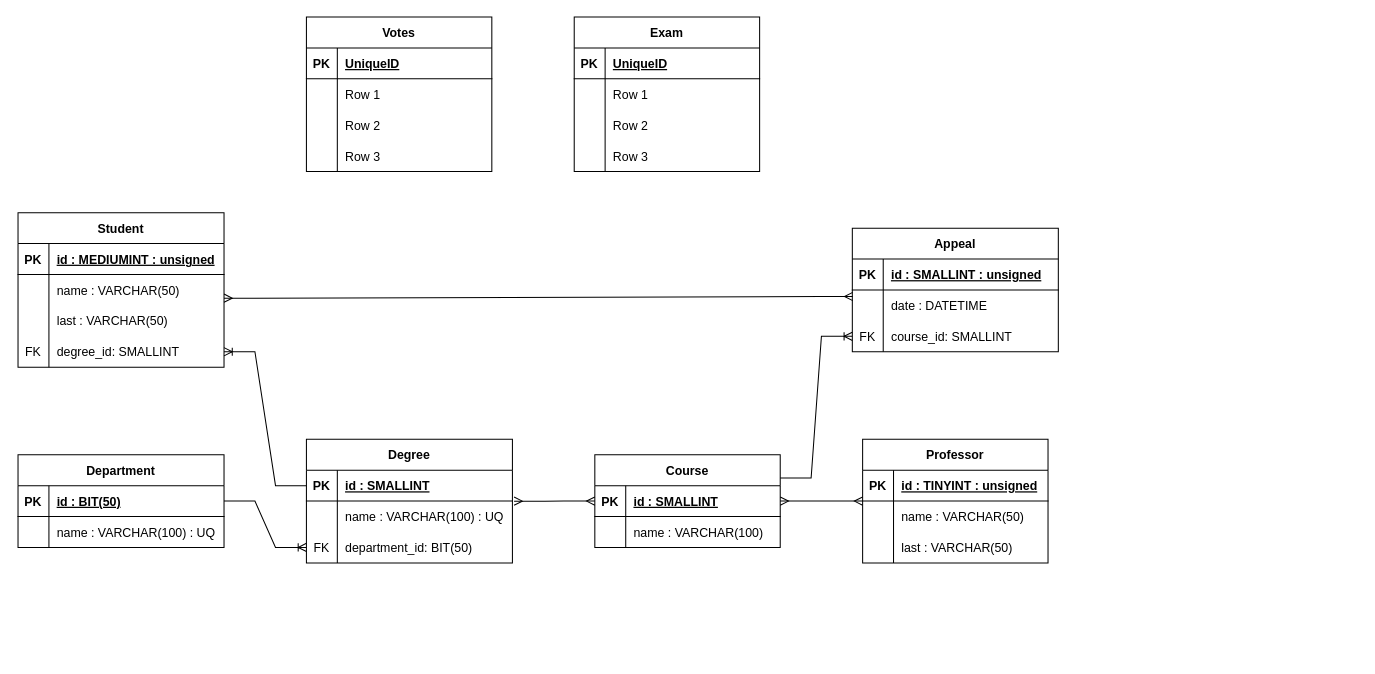
This is Untitled Diagram.drawio from FrancescoLimpias/db-university, a draw.io file, before an edit. Source tidied: cells renumbered, new cells numbered last; positions are measured from the earlier drawing's top-left corner, leaving out a move shared by most shapes. Both pictures are drawn from the tidied source at 103%, with x=0, y=0 at pixel (18, 16).
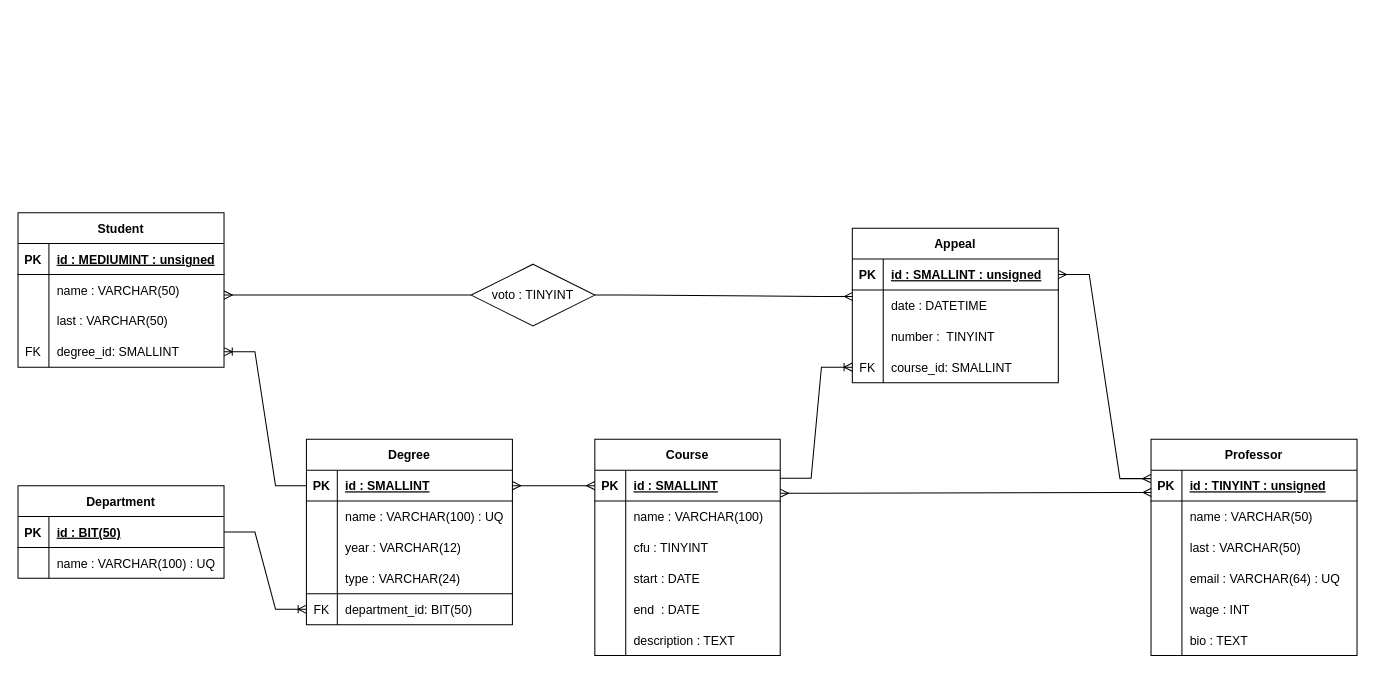
After the change.

The change refers to these unchanged cells:
```xml
<mxCell id="10" style="shape=tableRow;horizontal=0;startSize=0;swimlaneHead=0;swimlaneBody=0;fillColor=none;points=[[0,0.5],[1,0.5]];portConstraint=eastwest;top=0;left=0;right=0;bottom=1;" parent="9" vertex="1">
  <mxGeometry y="30" width="200" height="30" as="geometry" />
</mxCell>
<mxCell id="13" style="shape=tableRow;horizontal=0;startSize=0;swimlaneHead=0;swimlaneBody=0;fillColor=none;points=[[0,0.5],[1,0.5]];portConstraint=eastwest;top=0;left=0;right=0;bottom=0;swimlaneLine=1;strokeColor=default;perimeterSpacing=1;" parent="9" vertex="1">
  <mxGeometry y="60" width="200" height="30" as="geometry" />
</mxCell>
<mxCell id="20" style="shape=tableRow;horizontal=0;startSize=0;swimlaneHead=0;swimlaneBody=0;fillColor=none;points=[[0,0.5],[1,0.5]];portConstraint=eastwest;top=0;left=0;right=0;bottom=1;" parent="19" vertex="1">
  <mxGeometry y="30" width="180" height="30" as="geometry" />
</mxCell>
<mxCell id="40" style="shape=tableRow;horizontal=0;startSize=0;swimlaneHead=0;swimlaneBody=0;fillColor=none;points=[[0,0.5],[1,0.5]];portConstraint=eastwest;top=0;left=0;right=0;bottom=0;" parent="36" vertex="1">
  <mxGeometry y="60" width="200" height="30" as="geometry" />
</mxCell>
<mxCell id="63" style="shape=tableRow;horizontal=0;startSize=0;swimlaneHead=0;swimlaneBody=0;fillColor=none;points=[[0,0.5],[1,0.5]];portConstraint=eastwest;top=0;left=0;right=0;bottom=1;" parent="62" vertex="1">
  <mxGeometry y="30" width="200" height="30" as="geometry" />
</mxCell>
<mxCell id="66" style="shape=tableRow;horizontal=0;startSize=0;swimlaneHead=0;swimlaneBody=0;fillColor=none;points=[[0,0.5],[1,0.5]];portConstraint=eastwest;top=0;left=0;right=0;bottom=0;" parent="62" vertex="1">
  <mxGeometry y="60" width="200" height="30" as="geometry" />
</mxCell>
```

Change to the diagram source:
```diff
@@
     <mxCell id="2" value="Department" style="shape=table;startSize=30;childLayout=tableLayout;rowLines=0;fontStyle=1;align=center;" parent="1" vertex="1">
-      <mxGeometry y="425" width="200" height="90" as="geometry" />
+      <mxGeometry y="455" width="200" height="90" as="geometry" />
     </mxCell>
@@
     <mxCell id="9" value="Degree" style="shape=table;startSize=30;childLayout=tableLayout;rowLines=0;fontStyle=1;align=center;" parent="1" vertex="1">
-      <mxGeometry x="280" y="410" width="200" height="120" as="geometry" />
+      <mxGeometry x="280" y="410" width="200" height="180" as="geometry" />
     </mxCell>
@@
+    <mxCell id="91" style="shape=tableRow;horizontal=0;startSize=0;swimlaneHead=0;swimlaneBody=0;fillColor=none;top=0;left=0;right=0;bottom=0;" parent="9" vertex="1">
+      <mxGeometry y="90" width="200" height="30" as="geometry" />
+    </mxCell>
+    <mxCell id="92" style="shape=partialRectangle;fillColor=none;top=0;left=0;bottom=0;right=0;overflow=hidden;" parent="91" vertex="1">
+      <mxGeometry width="30" height="30" as="geometry" />
+    </mxCell>
+    <mxCell id="93" value="year : VARCHAR(12)" style="shape=partialRectangle;fillColor=none;top=0;left=0;bottom=0;right=0;align=left;spacingLeft=6;overflow=hidden;" parent="91" vertex="1">
+      <mxGeometry x="30" width="170" height="30" as="geometry" />
+    </mxCell>
+    <mxCell id="94" style="shape=tableRow;horizontal=0;startSize=0;swimlaneHead=0;swimlaneBody=0;fillColor=none;top=0;left=0;right=0;bottom=0;" parent="9" vertex="1">
+      <mxGeometry y="120" width="200" height="30" as="geometry" />
+    </mxCell>
+    <mxCell id="95" style="shape=partialRectangle;fillColor=none;top=0;left=0;bottom=0;right=0;overflow=hidden;" parent="94" vertex="1">
+      <mxGeometry width="30" height="30" as="geometry" />
+    </mxCell>
+    <mxCell id="96" value="type : VARCHAR(24)" style="shape=partialRectangle;fillColor=none;top=0;left=0;bottom=0;right=0;align=left;spacingLeft=6;overflow=hidden;" parent="94" vertex="1">
+      <mxGeometry x="30" width="170" height="30" as="geometry" />
+    </mxCell>
-    <mxCell id="16" style="shape=tableRow;horizontal=0;startSize=0;swimlaneHead=0;swimlaneBody=0;fillColor=none;points=[[0,0.5],[1,0.5]];portConstraint=eastwest;top=0;left=0;right=0;bottom=0;" parent="9" vertex="1">
-      <mxGeometry y="90" width="200" height="30" as="geometry" />
+    <mxCell id="16" style="shape=tableRow;horizontal=0;startSize=0;swimlaneHead=0;swimlaneBody=0;fillColor=none;points=[[0,0.5],[1,0.5]];portConstraint=eastwest;top=1;left=0;right=0;bottom=0;" parent="9" vertex="1">
+      <mxGeometry y="150" width="200" height="30" as="geometry" />
     </mxCell>
@@
     <mxCell id="19" value="Course" style="shape=table;startSize=30;childLayout=tableLayout;rowLines=0;fontStyle=1;align=center;" parent="1" vertex="1">
-      <mxGeometry x="560" y="425" width="180" height="90" as="geometry" />
+      <mxGeometry x="560" y="410" width="180" height="210" as="geometry" />
     </mxCell>
@@
+    <mxCell id="56" style="shape=tableRow;horizontal=0;startSize=0;swimlaneHead=0;swimlaneBody=0;fillColor=none;top=0;left=0;right=0;bottom=0;" parent="19" vertex="1">
+      <mxGeometry y="90" width="180" height="30" as="geometry" />
+    </mxCell>
+    <mxCell id="97" style="shape=partialRectangle;fillColor=none;top=0;left=0;bottom=0;right=0;overflow=hidden;" parent="56" vertex="1">
+      <mxGeometry width="30" height="30" as="geometry" />
+    </mxCell>
+    <mxCell id="98" value="cfu : TINYINT" style="shape=partialRectangle;fillColor=none;top=0;left=0;bottom=0;right=0;align=left;spacingLeft=6;overflow=hidden;" parent="56" vertex="1">
+      <mxGeometry x="30" width="150" height="30" as="geometry" />
+    </mxCell>
+    <mxCell id="59" style="shape=tableRow;horizontal=0;startSize=0;swimlaneHead=0;swimlaneBody=0;fillColor=none;top=0;left=0;right=0;bottom=0;" parent="19" vertex="1">
+      <mxGeometry y="120" width="180" height="30" as="geometry" />
+    </mxCell>
+    <mxCell id="99" style="shape=partialRectangle;fillColor=none;top=0;left=0;bottom=0;right=0;overflow=hidden;" parent="59" vertex="1">
+      <mxGeometry width="30" height="30" as="geometry" />
+    </mxCell>
+    <mxCell id="100" value="start : DATE" style="shape=partialRectangle;fillColor=none;top=0;left=0;bottom=0;right=0;align=left;spacingLeft=6;overflow=hidden;" parent="59" vertex="1">
+      <mxGeometry x="30" width="150" height="30" as="geometry" />
+    </mxCell>
+    <mxCell id="101" style="shape=tableRow;horizontal=0;startSize=0;swimlaneHead=0;swimlaneBody=0;fillColor=none;top=0;left=0;right=0;bottom=0;" parent="19" vertex="1">
+      <mxGeometry y="150" width="180" height="30" as="geometry" />
+    </mxCell>
+    <mxCell id="102" style="shape=partialRectangle;fillColor=none;top=0;left=0;bottom=0;right=0;overflow=hidden;" parent="101" vertex="1">
+      <mxGeometry width="30" height="30" as="geometry" />
+    </mxCell>
+    <mxCell id="103" value="end  : DATE" style="shape=partialRectangle;fillColor=none;top=0;left=0;bottom=0;right=0;align=left;spacingLeft=6;overflow=hidden;" parent="101" vertex="1">
+      <mxGeometry x="30" width="150" height="30" as="geometry" />
+    </mxCell>
+    <mxCell id="104" style="shape=tableRow;horizontal=0;startSize=0;swimlaneHead=0;swimlaneBody=0;fillColor=none;top=0;left=0;right=0;bottom=0;" parent="19" vertex="1">
+      <mxGeometry y="180" width="180" height="30" as="geometry" />
+    </mxCell>
+    <mxCell id="105" style="shape=partialRectangle;fillColor=none;top=0;left=0;bottom=0;right=0;overflow=hidden;" parent="104" vertex="1">
+      <mxGeometry width="30" height="30" as="geometry" />
+    </mxCell>
+    <mxCell id="106" value="description : TEXT" style="shape=partialRectangle;fillColor=none;top=0;left=0;bottom=0;right=0;align=left;spacingLeft=6;overflow=hidden;" parent="104" vertex="1">
+      <mxGeometry x="30" width="150" height="30" as="geometry" />
+    </mxCell>
     <mxCell id="26" value="Professor" style="shape=table;startSize=30;childLayout=tableLayout;rowLines=0;fontStyle=1;align=center;" parent="1" vertex="1">
-      <mxGeometry x="820" y="410" width="180" height="120" as="geometry" />
+      <mxGeometry x="1100" y="410" width="200" height="210" as="geometry" />
     </mxCell>
     <mxCell id="27" style="shape=tableRow;horizontal=0;startSize=0;swimlaneHead=0;swimlaneBody=0;fillColor=none;points=[[0,0.5],[1,0.5]];portConstraint=eastwest;top=0;left=0;right=0;bottom=1;" parent="26" vertex="1">
-      <mxGeometry y="30" width="180" height="30" as="geometry" />
+      <mxGeometry y="30" width="200" height="30" as="geometry" />
     </mxCell>
@@
     <mxCell id="29" value="id : TINYINT : unsigned" style="shape=partialRectangle;fillColor=none;top=0;left=0;bottom=0;right=0;align=left;spacingLeft=6;fontStyle=5;overflow=hidden;" parent="27" vertex="1">
-      <mxGeometry x="30" width="150" height="30" as="geometry" />
+      <mxGeometry x="30" width="170" height="30" as="geometry" />
     </mxCell>
     <mxCell id="30" style="shape=tableRow;horizontal=0;startSize=0;swimlaneHead=0;swimlaneBody=0;fillColor=none;points=[[0,0.5],[1,0.5]];portConstraint=eastwest;top=0;left=0;right=0;bottom=0;" parent="26" vertex="1">
-      <mxGeometry y="60" width="180" height="30" as="geometry" />
+      <mxGeometry y="60" width="200" height="30" as="geometry" />
     </mxCell>
@@
     <mxCell id="32" value="name : VARCHAR(50)" style="shape=partialRectangle;fillColor=none;top=0;left=0;bottom=0;right=0;align=left;spacingLeft=6;overflow=hidden;" parent="30" vertex="1">
-      <mxGeometry x="30" width="150" height="30" as="geometry" />
+      <mxGeometry x="30" width="170" height="30" as="geometry" />
     </mxCell>
     <mxCell id="33" style="shape=tableRow;horizontal=0;startSize=0;swimlaneHead=0;swimlaneBody=0;fillColor=none;top=0;left=0;right=0;bottom=0;" parent="26" vertex="1">
-      <mxGeometry y="90" width="180" height="30" as="geometry" />
+      <mxGeometry y="90" width="200" height="30" as="geometry" />
     </mxCell>
@@
     <mxCell id="35" value="last : VARCHAR(50)" style="shape=partialRectangle;fillColor=none;top=0;left=0;bottom=0;right=0;align=left;spacingLeft=6;overflow=hidden;" parent="33" vertex="1">
-      <mxGeometry x="30" width="150" height="30" as="geometry" />
+      <mxGeometry x="30" width="170" height="30" as="geometry" />
     </mxCell>
+    <mxCell id="107" style="shape=tableRow;horizontal=0;startSize=0;swimlaneHead=0;swimlaneBody=0;fillColor=none;top=0;left=0;right=0;bottom=0;" parent="26" vertex="1">
+      <mxGeometry y="120" width="200" height="30" as="geometry" />
+    </mxCell>
+    <mxCell id="108" style="shape=partialRectangle;fillColor=none;top=0;left=0;bottom=0;right=0;overflow=hidden;" parent="107" vertex="1">
+      <mxGeometry width="30" height="30" as="geometry" />
+    </mxCell>
+    <mxCell id="109" value="email : VARCHAR(64) : UQ" style="shape=partialRectangle;fillColor=none;top=0;left=0;bottom=0;right=0;align=left;spacingLeft=6;overflow=hidden;" parent="107" vertex="1">
+      <mxGeometry x="30" width="170" height="30" as="geometry" />
+    </mxCell>
+    <mxCell id="110" style="shape=tableRow;horizontal=0;startSize=0;swimlaneHead=0;swimlaneBody=0;fillColor=none;top=0;left=0;right=0;bottom=0;" parent="26" vertex="1">
+      <mxGeometry y="150" width="200" height="30" as="geometry" />
+    </mxCell>
+    <mxCell id="111" style="shape=partialRectangle;fillColor=none;top=0;left=0;bottom=0;right=0;overflow=hidden;" parent="110" vertex="1">
+      <mxGeometry width="30" height="30" as="geometry" />
+    </mxCell>
+    <mxCell id="112" value="wage : INT" style="shape=partialRectangle;fillColor=none;top=0;left=0;bottom=0;right=0;align=left;spacingLeft=6;overflow=hidden;" parent="110" vertex="1">
+      <mxGeometry x="30" width="170" height="30" as="geometry" />
+    </mxCell>
+    <mxCell id="113" style="shape=tableRow;horizontal=0;startSize=0;swimlaneHead=0;swimlaneBody=0;fillColor=none;top=0;left=0;right=0;bottom=0;" parent="26" vertex="1">
+      <mxGeometry y="180" width="200" height="30" as="geometry" />
+    </mxCell>
+    <mxCell id="114" style="shape=partialRectangle;fillColor=none;top=0;left=0;bottom=0;right=0;overflow=hidden;" parent="113" vertex="1">
+      <mxGeometry width="30" height="30" as="geometry" />
+    </mxCell>
+    <mxCell id="115" value="bio : TEXT" style="shape=partialRectangle;fillColor=none;top=0;left=0;bottom=0;right=0;align=left;spacingLeft=6;overflow=hidden;" parent="113" vertex="1">
+      <mxGeometry x="30" width="170" height="30" as="geometry" />
+    </mxCell>
@@
-    <mxCell id="49" value="Exam" style="shape=table;startSize=30;childLayout=tableLayout;rowLines=0;fontStyle=1;align=center;" parent="1" vertex="1">
-      <mxGeometry x="540" width="180" height="150" as="geometry" />
-    </mxCell>
-    <mxCell id="50" style="shape=tableRow;horizontal=0;startSize=0;swimlaneHead=0;swimlaneBody=0;fillColor=none;top=0;left=0;right=0;bottom=1;" parent="49" vertex="1">
-      <mxGeometry y="30" width="180" height="30" as="geometry" />
-    </mxCell>
-    <mxCell id="51" value="PK" style="shape=partialRectangle;fillColor=none;top=0;left=0;bottom=0;right=0;fontStyle=1;overflow=hidden;" parent="50" vertex="1">
-      <mxGeometry width="30" height="30" as="geometry" />
-    </mxCell>
-    <mxCell id="52" value="UniqueID" style="shape=partialRectangle;fillColor=none;top=0;left=0;bottom=0;right=0;align=left;spacingLeft=6;fontStyle=5;overflow=hidden;" parent="50" vertex="1">
-      <mxGeometry x="30" width="150" height="30" as="geometry" />
-    </mxCell>
-    <mxCell id="53" style="shape=tableRow;horizontal=0;startSize=0;swimlaneHead=0;swimlaneBody=0;fillColor=none;top=0;left=0;right=0;bottom=0;" parent="49" vertex="1">
-      <mxGeometry y="60" width="180" height="30" as="geometry" />
-    </mxCell>
-    <mxCell id="54" style="shape=partialRectangle;fillColor=none;top=0;left=0;bottom=0;right=0;overflow=hidden;" parent="53" vertex="1">
-      <mxGeometry width="30" height="30" as="geometry" />
-    </mxCell>
-    <mxCell id="55" value="Row 1" style="shape=partialRectangle;fillColor=none;top=0;left=0;bottom=0;right=0;align=left;spacingLeft=6;overflow=hidden;" parent="53" vertex="1">
-      <mxGeometry x="30" width="150" height="30" as="geometry" />
-    </mxCell>
-    <mxCell id="56" style="shape=tableRow;horizontal=0;startSize=0;swimlaneHead=0;swimlaneBody=0;fillColor=none;top=0;left=0;right=0;bottom=0;" parent="49" vertex="1">
-      <mxGeometry y="90" width="180" height="30" as="geometry" />
-    </mxCell>
-    <mxCell id="57" style="shape=partialRectangle;fillColor=none;top=0;left=0;bottom=0;right=0;overflow=hidden;" parent="56" vertex="1">
-      <mxGeometry width="30" height="30" as="geometry" />
-    </mxCell>
-    <mxCell id="58" value="Row 2" style="shape=partialRectangle;fillColor=none;top=0;left=0;bottom=0;right=0;align=left;spacingLeft=6;overflow=hidden;" parent="56" vertex="1">
-      <mxGeometry x="30" width="150" height="30" as="geometry" />
-    </mxCell>
-    <mxCell id="59" style="shape=tableRow;horizontal=0;startSize=0;swimlaneHead=0;swimlaneBody=0;fillColor=none;top=0;left=0;right=0;bottom=0;" parent="49" vertex="1">
-      <mxGeometry y="120" width="180" height="30" as="geometry" />
-    </mxCell>
-    <mxCell id="60" style="shape=partialRectangle;fillColor=none;top=0;left=0;bottom=0;right=0;overflow=hidden;" parent="59" vertex="1">
-      <mxGeometry width="30" height="30" as="geometry" />
-    </mxCell>
-    <mxCell id="61" value="Row 3" style="shape=partialRectangle;fillColor=none;top=0;left=0;bottom=0;right=0;align=left;spacingLeft=6;overflow=hidden;" parent="59" vertex="1">
-      <mxGeometry x="30" width="150" height="30" as="geometry" />
-    </mxCell>
     <mxCell id="62" value="Appeal" style="shape=table;startSize=30;childLayout=tableLayout;rowLines=0;fontStyle=1;align=center;" parent="1" vertex="1">
-      <mxGeometry x="810" y="205" width="200" height="120" as="geometry" />
+      <mxGeometry x="810" y="205" width="200" height="150" as="geometry" />
     </mxCell>
@@
+    <mxCell id="116" style="shape=tableRow;horizontal=0;startSize=0;swimlaneHead=0;swimlaneBody=0;fillColor=none;top=0;left=0;right=0;bottom=0;" parent="62" vertex="1">
+      <mxGeometry y="90" width="200" height="30" as="geometry" />
+    </mxCell>
+    <mxCell id="117" style="shape=partialRectangle;fillColor=none;top=0;left=0;bottom=0;right=0;overflow=hidden;" parent="116" vertex="1">
+      <mxGeometry width="30" height="30" as="geometry" />
+    </mxCell>
+    <mxCell id="118" value="number :  TINYINT" style="shape=partialRectangle;fillColor=none;top=0;left=0;bottom=0;right=0;align=left;spacingLeft=6;overflow=hidden;" parent="116" vertex="1">
+      <mxGeometry x="30" width="170" height="30" as="geometry" />
+    </mxCell>
     <mxCell id="69" style="shape=tableRow;horizontal=0;startSize=0;swimlaneHead=0;swimlaneBody=0;fillColor=none;points=[[0,0.5],[1,0.5]];portConstraint=eastwest;top=0;left=0;right=0;bottom=0;" parent="62" vertex="1">
-      <mxGeometry y="90" width="200" height="30" as="geometry" />
+      <mxGeometry y="120" width="200" height="30" as="geometry" />
     </mxCell>
@@
-    <mxCell id="72" value="Votes" style="shape=table;startSize=30;childLayout=tableLayout;rowLines=0;fontStyle=1;align=center;strokeColor=default;" parent="1" vertex="1">
-      <mxGeometry x="280" width="180" height="150" as="geometry" />
-    </mxCell>
-    <mxCell id="73" style="shape=tableRow;horizontal=0;startSize=0;swimlaneHead=0;swimlaneBody=0;fillColor=none;top=0;left=0;right=0;bottom=1;strokeColor=default;" parent="72" vertex="1">
-      <mxGeometry y="30" width="180" height="30" as="geometry" />
-    </mxCell>
-    <mxCell id="74" value="PK" style="shape=partialRectangle;fillColor=none;top=0;left=0;bottom=0;right=0;fontStyle=1;overflow=hidden;strokeColor=default;" parent="73" vertex="1">
-      <mxGeometry width="30" height="30" as="geometry" />
-    </mxCell>
-    <mxCell id="75" value="UniqueID" style="shape=partialRectangle;fillColor=none;top=0;left=0;bottom=0;right=0;align=left;spacingLeft=6;fontStyle=5;overflow=hidden;strokeColor=default;" parent="73" vertex="1">
-      <mxGeometry x="30" width="150" height="30" as="geometry" />
-    </mxCell>
-    <mxCell id="76" style="shape=tableRow;horizontal=0;startSize=0;swimlaneHead=0;swimlaneBody=0;fillColor=none;top=0;left=0;right=0;bottom=0;strokeColor=default;" parent="72" vertex="1">
-      <mxGeometry y="60" width="180" height="30" as="geometry" />
-    </mxCell>
-    <mxCell id="77" style="shape=partialRectangle;fillColor=none;top=0;left=0;bottom=0;right=0;overflow=hidden;strokeColor=default;" parent="76" vertex="1">
-      <mxGeometry width="30" height="30" as="geometry" />
-    </mxCell>
-    <mxCell id="78" value="Row 1" style="shape=partialRectangle;fillColor=none;top=0;left=0;bottom=0;right=0;align=left;spacingLeft=6;overflow=hidden;strokeColor=default;" parent="76" vertex="1">
-      <mxGeometry x="30" width="150" height="30" as="geometry" />
-    </mxCell>
-    <mxCell id="79" style="shape=tableRow;horizontal=0;startSize=0;swimlaneHead=0;swimlaneBody=0;fillColor=none;top=0;left=0;right=0;bottom=0;strokeColor=default;" parent="72" vertex="1">
-      <mxGeometry y="90" width="180" height="30" as="geometry" />
-    </mxCell>
-    <mxCell id="80" style="shape=partialRectangle;fillColor=none;top=0;left=0;bottom=0;right=0;overflow=hidden;strokeColor=default;" parent="79" vertex="1">
-      <mxGeometry width="30" height="30" as="geometry" />
-    </mxCell>
-    <mxCell id="81" value="Row 2" style="shape=partialRectangle;fillColor=none;top=0;left=0;bottom=0;right=0;align=left;spacingLeft=6;overflow=hidden;strokeColor=default;" parent="79" vertex="1">
-      <mxGeometry x="30" width="150" height="30" as="geometry" />
-    </mxCell>
-    <mxCell id="82" style="shape=tableRow;horizontal=0;startSize=0;swimlaneHead=0;swimlaneBody=0;fillColor=none;top=0;left=0;right=0;bottom=0;strokeColor=default;" parent="72" vertex="1">
-      <mxGeometry y="120" width="180" height="30" as="geometry" />
-    </mxCell>
-    <mxCell id="83" style="shape=partialRectangle;fillColor=none;top=0;left=0;bottom=0;right=0;overflow=hidden;strokeColor=default;" parent="82" vertex="1">
-      <mxGeometry width="30" height="30" as="geometry" />
-    </mxCell>
-    <mxCell id="84" value="Row 3" style="shape=partialRectangle;fillColor=none;top=0;left=0;bottom=0;right=0;align=left;spacingLeft=6;overflow=hidden;strokeColor=default;" parent="82" vertex="1">
-      <mxGeometry x="30" width="150" height="30" as="geometry" />
-    </mxCell>
@@
-    <mxCell id="86" style="edgeStyle=entityRelationEdgeStyle;fontSize=12;html=1;endArrow=ERmany;startArrow=ERmany;rounded=0;entryX=0;entryY=0;entryDx=0;entryDy=0;exitX=1;exitY=0.5;exitDx=0;exitDy=0;entryPerimeter=0;" parent="1" edge="1" source="20" target="30">
+    <mxCell id="86" style="edgeStyle=entityRelationEdgeStyle;fontSize=12;html=1;endArrow=ERmany;startArrow=ERmany;rounded=0;entryX=0.001;entryY=0.72;entryDx=0;entryDy=0;exitX=1;exitY=0.745;exitDx=0;exitDy=0;entryPerimeter=0;exitPerimeter=0;" parent="1" edge="1" source="20" target="27">
       <mxGeometry relative="1" as="geometry" />
     </mxCell>
-    <mxCell id="87" style="edgeStyle=entityRelationEdgeStyle;fontSize=12;html=1;endArrow=ERmany;startArrow=ERmany;rounded=0;entryX=0;entryY=0.5;entryDx=0;entryDy=0;exitX=1.003;exitY=0.033;exitDx=0;exitDy=0;exitPerimeter=0;" parent="1" edge="1" source="13" target="20">
+    <mxCell id="87" style="edgeStyle=entityRelationEdgeStyle;fontSize=12;html=1;endArrow=ERmany;startArrow=ERmany;rounded=0;exitX=1;exitY=0.5;exitDx=0;exitDy=0;entryX=0;entryY=0.5;entryDx=0;entryDy=0;" parent="1" edge="1" source="10" target="20">
       <mxGeometry relative="1" as="geometry" />
     </mxCell>
@@
-    <mxCell id="89" style="edgeStyle=entityRelationEdgeStyle;fontSize=12;html=1;endArrow=ERmany;startArrow=ERmany;rounded=0;entryX=0.002;entryY=0.212;entryDx=0;entryDy=0;entryPerimeter=0;" parent="1" edge="1" target="66">
-      <mxGeometry relative="1" as="geometry">
-        <mxPoint x="200" y="273" as="sourcePoint" />
-      </mxGeometry>
+    <mxCell id="89" style="edgeStyle=entityRelationEdgeStyle;fontSize=12;html=1;endArrow=ERmany;startArrow=none;rounded=0;entryX=0.002;entryY=0.212;entryDx=0;entryDy=0;entryPerimeter=0;exitX=1;exitY=0.5;exitDx=0;exitDy=0;" parent="1" edge="1" source="121" target="66">
+      <mxGeometry relative="1" as="geometry" />
     </mxCell>
-    <mxCell id="90" style="edgeStyle=entityRelationEdgeStyle;fontSize=12;html=1;endArrow=ERoneToMany;rounded=0;exitX=1;exitY=0.25;exitDx=0;exitDy=0;entryX=0;entryY=0.5;entryDx=0;entryDy=0;" parent="1" edge="1" source="19" target="69">
+    <mxCell id="90" style="edgeStyle=entityRelationEdgeStyle;fontSize=12;html=1;endArrow=ERoneToMany;rounded=0;entryX=0;entryY=0.5;entryDx=0;entryDy=0;exitX=1;exitY=0.264;exitDx=0;exitDy=0;exitPerimeter=0;" parent="1" edge="1" source="20" target="69">
       <mxGeometry relative="1" as="geometry" />
     </mxCell>
+    <mxCell id="119" style="edgeStyle=entityRelationEdgeStyle;fontSize=12;html=1;endArrow=ERmany;startArrow=ERmany;rounded=0;entryX=-0.001;entryY=0.273;entryDx=0;entryDy=0;entryPerimeter=0;exitX=1;exitY=0.5;exitDx=0;exitDy=0;" parent="1" edge="1" source="63" target="27">
+      <mxGeometry relative="1" as="geometry" />
+    </mxCell>
+    <mxCell id="120" style="edgeStyle=entityRelationEdgeStyle;fontSize=12;html=1;endArrow=none;startArrow=ERmany;rounded=0;entryX=0;entryY=0.5;entryDx=0;entryDy=0;exitX=1;exitY=0.667;exitDx=0;exitDy=0;exitPerimeter=0;" parent="1" edge="1" source="40" target="121">
+      <mxGeometry relative="1" as="geometry" />
+    </mxCell>
+    <mxCell id="121" value="voto : TINYINT" style="shape=rhombus;perimeter=rhombusPerimeter;whiteSpace=wrap;html=1;align=center;" parent="1" vertex="1">
+      <mxGeometry x="440" y="240" width="120" height="60" as="geometry" />
+    </mxCell>
```
